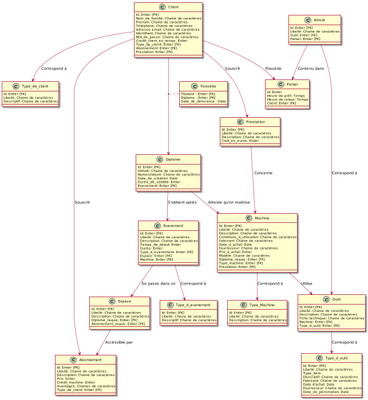
Earlier version of the PlantUML export documentation/schéma_BDD.png (Vicken-Ghoubiguian/ANOVFabmanager).
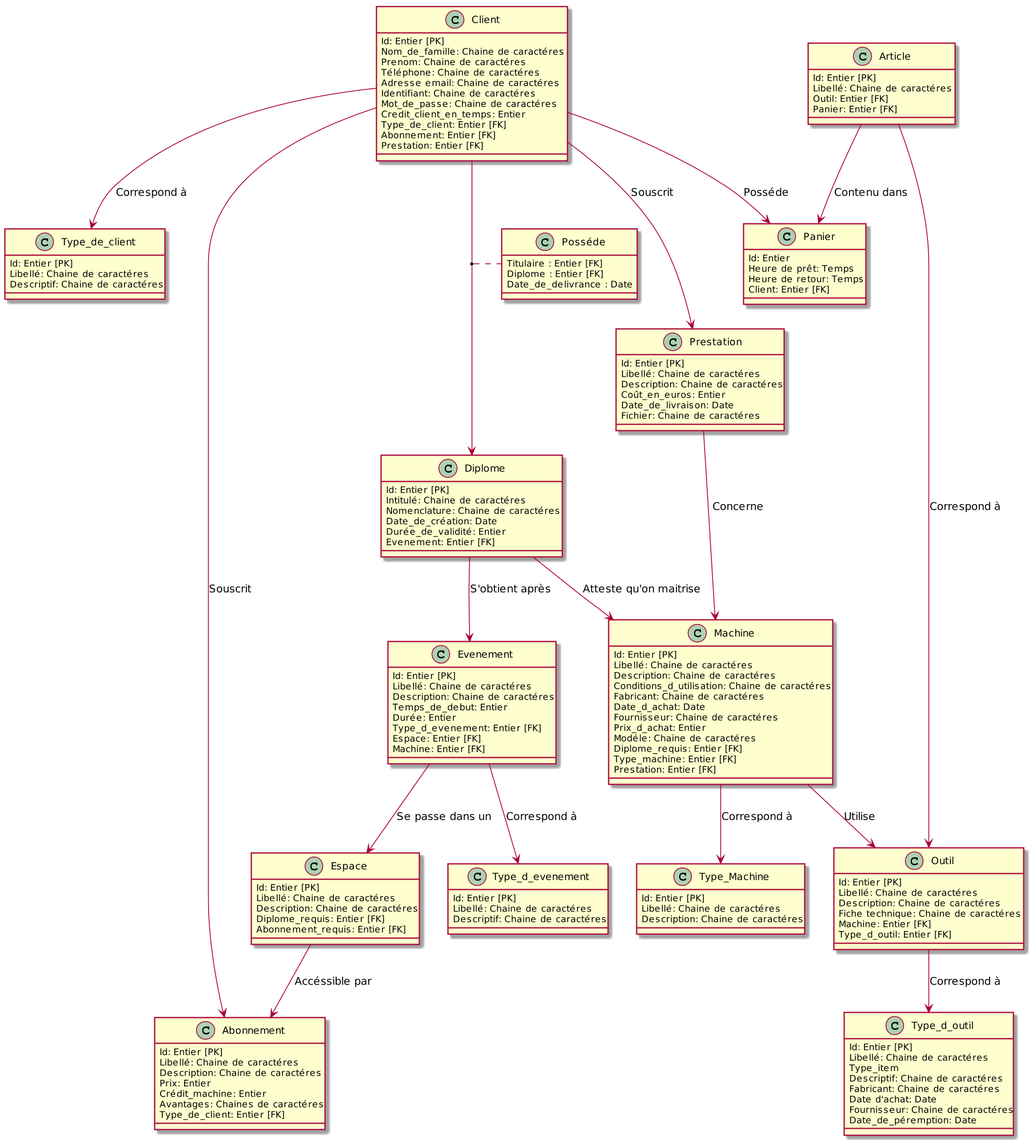
Later version of the same file.

Commit message:
Modifications dans le README.md et mise à jour du schéma de la BDDxx

What changed in the source:
```diff
@@ -1,5 +1,5 @@
 @startuml
-scale 2000*700
+scale 2000*2000
 
 class Client {
     Id: Entier [PK]
@@ -52,6 +52,8 @@
     Libellé: Chaine de caractéres
     Description: Chaine de caractéres
     Coût_en_euros: Entier
+    Date_de_livraison: Date
+    Fichier: Chaine de caractéres
 }
 
 class Machine {
```
